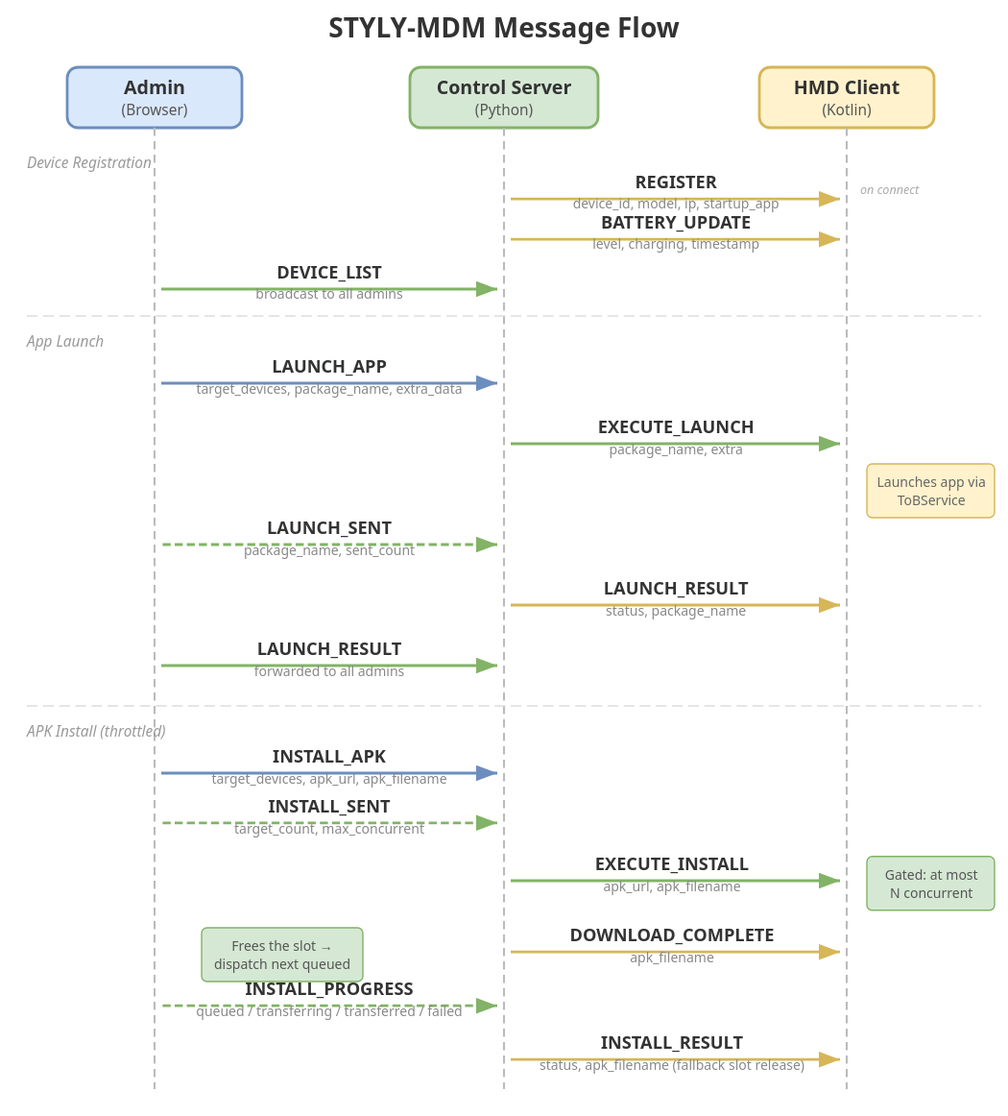
Before: docs/message-flow.drawio.svg, a diagram exported from draw.io (styly-dev/STYLY-MDM). Source tidied: cells renumbered, new cells last; positions are measured from the earlier drawing's top-left corner, leaving out a move shared by most shapes. Its diagram source:
```xml
<mxGraphModel>
  <root>
    <mxCell id="0" />
    <mxCell id="1" parent="0" />
    <mxCell id="2" value="&lt;font style=&quot;font-size:16px&quot;&gt;&lt;b&gt;STYLY-MDM Message Flow&lt;/b&gt;&lt;/font&gt;" style="text;html=1;align=center;verticalAlign=middle;" parent="1" vertex="1">
      <mxGeometry x="240" width="250" height="30" as="geometry" />
    </mxCell>
    <mxCell id="3" value="&lt;b&gt;Admin&lt;/b&gt;&lt;br&gt;(Browser)" style="rounded=1;whiteSpace=wrap;html=1;fillColor=#dae8fc;strokeColor=#6c8ebf;" parent="1" vertex="1">
      <mxGeometry x="50" y="40" width="120" height="50" as="geometry" />
    </mxCell>
    <mxCell id="4" value="&lt;b&gt;Control Server&lt;/b&gt;&lt;br&gt;(Python)" style="rounded=1;whiteSpace=wrap;html=1;fillColor=#d5e8d4;strokeColor=#82b366;" parent="1" vertex="1">
      <mxGeometry x="300" y="40" width="130" height="50" as="geometry" />
    </mxCell>
    <mxCell id="5" value="&lt;b&gt;HMD Client&lt;/b&gt;&lt;br&gt;(Kotlin)" style="rounded=1;whiteSpace=wrap;html=1;fillColor=#fff2cc;strokeColor=#d6b656;" parent="1" vertex="1">
      <mxGeometry x="560" y="40" width="120" height="50" as="geometry" />
    </mxCell>
    <mxCell id="6" style="endArrow=none;dashed=1;dashPattern=4 4;strokeColor=#999999;" parent="1" edge="1">
      <mxGeometry relative="1" as="geometry">
        <mxPoint x="110" y="90" as="sourcePoint" />
        <mxPoint x="110" y="790" as="targetPoint" />
      </mxGeometry>
    </mxCell>
    <mxCell id="7" style="endArrow=none;dashed=1;dashPattern=4 4;strokeColor=#999999;" parent="1" edge="1">
      <mxGeometry relative="1" as="geometry">
        <mxPoint x="365" y="90" as="sourcePoint" />
        <mxPoint x="365" y="790" as="targetPoint" />
      </mxGeometry>
    </mxCell>
    <mxCell id="8" style="endArrow=none;dashed=1;dashPattern=4 4;strokeColor=#999999;" parent="1" edge="1">
      <mxGeometry relative="1" as="geometry">
        <mxPoint x="620" y="90" as="sourcePoint" />
        <mxPoint x="620" y="790" as="targetPoint" />
      </mxGeometry>
    </mxCell>
    <mxCell id="9" value="&lt;i&gt;Device Registration&lt;/i&gt;" style="text;html=1;align=left;verticalAlign=middle;fontColor=#888888;fontSize=10;" parent="1" vertex="1">
      <mxGeometry y="110" width="130" height="20" as="geometry" />
    </mxCell>
    <mxCell id="10" style="endArrow=block;endFill=1;strokeWidth=2;strokeColor=#d6b656;" parent="1" edge="1">
      <mxGeometry relative="1" as="geometry">
        <mxPoint x="620" y="140" as="sourcePoint" />
        <mxPoint x="365" y="140" as="targetPoint" />
      </mxGeometry>
    </mxCell>
    <mxCell id="11" value="&lt;b&gt;REGISTER&lt;/b&gt;&lt;br&gt;&lt;font style=&quot;font-size:9px;color:#666&quot;&gt;device_id, model, ip&lt;/font&gt;" style="edgeLabel;html=1;align=center;verticalAlign=bottom;" parent="10" vertex="1">
      <mxGeometry x="0.1" relative="1" as="geometry">
        <mxPoint y="-5" as="offset" />
      </mxGeometry>
    </mxCell>
    <mxCell id="12" value="on connect" style="text;html=1;align=left;verticalAlign=middle;fontColor=#999999;fontSize=9;fontStyle=2;" parent="1" vertex="1">
      <mxGeometry x="630" y="130" width="80" height="20" as="geometry" />
    </mxCell>
    <mxCell id="13" style="endArrow=block;endFill=1;strokeWidth=2;strokeColor=#82b366;" parent="1" edge="1">
      <mxGeometry relative="1" as="geometry">
        <mxPoint x="365" y="180" as="sourcePoint" />
        <mxPoint x="110" y="180" as="targetPoint" />
      </mxGeometry>
    </mxCell>
    <mxCell id="14" value="&lt;b&gt;DEVICE_LIST&lt;/b&gt;&lt;br&gt;&lt;font style=&quot;font-size:9px;color:#666&quot;&gt;broadcast to all admins&lt;/font&gt;" style="edgeLabel;html=1;align=center;verticalAlign=bottom;" parent="13" vertex="1">
      <mxGeometry x="0.1" relative="1" as="geometry">
        <mxPoint y="-5" as="offset" />
      </mxGeometry>
    </mxCell>
    <mxCell id="15" style="endArrow=none;dashed=1;dashPattern=8 4;strokeColor=#CCCCCC;" parent="1" edge="1">
      <mxGeometry relative="1" as="geometry">
        <mxPoint x="20" y="220" as="sourcePoint" />
        <mxPoint x="710" y="220" as="targetPoint" />
      </mxGeometry>
    </mxCell>
    <mxCell id="16" value="&lt;i&gt;App Launch&lt;/i&gt;" style="text;html=1;align=left;verticalAlign=middle;fontColor=#888888;fontSize=10;" parent="1" vertex="1">
      <mxGeometry y="230" width="130" height="20" as="geometry" />
    </mxCell>
    <mxCell id="17" style="endArrow=block;endFill=1;strokeWidth=2;strokeColor=#6c8ebf;" parent="1" edge="1">
      <mxGeometry relative="1" as="geometry">
        <mxPoint x="110" y="265" as="sourcePoint" />
        <mxPoint x="365" y="265" as="targetPoint" />
      </mxGeometry>
    </mxCell>
    <mxCell id="18" value="&lt;b&gt;LAUNCH_APP&lt;/b&gt;&lt;br&gt;&lt;font style=&quot;font-size:9px;color:#666&quot;&gt;target_devices, package_name, extra_data&lt;/font&gt;" style="edgeLabel;html=1;align=center;verticalAlign=bottom;" parent="17" vertex="1">
      <mxGeometry x="-0.1" relative="1" as="geometry">
        <mxPoint y="-5" as="offset" />
      </mxGeometry>
    </mxCell>
    <mxCell id="19" style="endArrow=block;endFill=1;strokeWidth=2;strokeColor=#82b366;" parent="1" edge="1">
      <mxGeometry relative="1" as="geometry">
        <mxPoint x="365" y="310" as="sourcePoint" />
        <mxPoint x="620" y="310" as="targetPoint" />
      </mxGeometry>
    </mxCell>
    <mxCell id="20" value="&lt;b&gt;EXECUTE_LAUNCH&lt;/b&gt;&lt;br&gt;&lt;font style=&quot;font-size:9px;color:#666&quot;&gt;package_name, extra&lt;/font&gt;" style="edgeLabel;html=1;align=center;verticalAlign=bottom;" parent="19" vertex="1">
      <mxGeometry x="-0.1" relative="1" as="geometry">
        <mxPoint y="-5" as="offset" />
      </mxGeometry>
    </mxCell>
    <mxCell id="21" value="Launches app via&lt;br&gt;ToBService" style="shape=note;whiteSpace=wrap;html=1;size=14;fillColor=#fff2cc;strokeColor=#d6b656;fontSize=10;align=center;" parent="1" vertex="1">
      <mxGeometry x="640" y="325" width="100" height="45" as="geometry" />
    </mxCell>
    <mxCell id="22" style="endArrow=block;endFill=1;strokeWidth=2;strokeColor=#82b366;dashed=1;" parent="1" edge="1">
      <mxGeometry relative="1" as="geometry">
        <mxPoint x="365" y="385" as="sourcePoint" />
        <mxPoint x="110" y="385" as="targetPoint" />
      </mxGeometry>
    </mxCell>
    <mxCell id="23" value="&lt;b&gt;LAUNCH_SENT&lt;/b&gt;&lt;br&gt;&lt;font style=&quot;font-size:9px;color:#666&quot;&gt;package_name, sent_count&lt;/font&gt;" style="edgeLabel;html=1;align=center;verticalAlign=bottom;" parent="22" vertex="1">
      <mxGeometry x="0.1" relative="1" as="geometry">
        <mxPoint y="-5" as="offset" />
      </mxGeometry>
    </mxCell>
    <mxCell id="24" style="endArrow=block;endFill=1;strokeWidth=2;strokeColor=#d6b656;" parent="1" edge="1">
      <mxGeometry relative="1" as="geometry">
        <mxPoint x="620" y="430" as="sourcePoint" />
        <mxPoint x="365" y="430" as="targetPoint" />
      </mxGeometry>
    </mxCell>
    <mxCell id="25" value="&lt;b&gt;LAUNCH_RESULT&lt;/b&gt;&lt;br&gt;&lt;font style=&quot;font-size:9px;color:#666&quot;&gt;status, package_name&lt;/font&gt;" style="edgeLabel;html=1;align=center;verticalAlign=bottom;" parent="24" vertex="1">
      <mxGeometry x="0.1" relative="1" as="geometry">
        <mxPoint y="-5" as="offset" />
      </mxGeometry>
    </mxCell>
    <mxCell id="26" style="endArrow=block;endFill=1;strokeWidth=2;strokeColor=#82b366;" parent="1" edge="1">
      <mxGeometry relative="1" as="geometry">
        <mxPoint x="365" y="470" as="sourcePoint" />
        <mxPoint x="110" y="470" as="targetPoint" />
      </mxGeometry>
    </mxCell>
    <mxCell id="27" value="&lt;b&gt;LAUNCH_RESULT&lt;/b&gt;&lt;br&gt;&lt;font style=&quot;font-size:9px;color:#666&quot;&gt;forwarded to all admins&lt;/font&gt;" style="edgeLabel;html=1;align=center;verticalAlign=bottom;" parent="26" vertex="1">
      <mxGeometry x="0.1" relative="1" as="geometry">
        <mxPoint y="-5" as="offset" />
      </mxGeometry>
    </mxCell>
    <mxCell id="28" style="endArrow=none;dashed=1;dashPattern=8 4;strokeColor=#CCCCCC;" parent="1" edge="1">
      <mxGeometry relative="1" as="geometry">
        <mxPoint x="20" y="495" as="sourcePoint" />
        <mxPoint x="710" y="495" as="targetPoint" />
      </mxGeometry>
    </mxCell>
    <mxCell id="29" value="&lt;i&gt;APK Install (throttled)&lt;/i&gt;" style="text;html=1;align=left;verticalAlign=middle;fontColor=#888888;fontSize=10;" parent="1" vertex="1">
      <mxGeometry y="505" width="160" height="20" as="geometry" />
    </mxCell>
    <mxCell id="30" style="endArrow=block;endFill=1;strokeWidth=2;strokeColor=#6c8ebf;" parent="1" edge="1">
      <mxGeometry relative="1" as="geometry">
        <mxPoint x="110" y="535" as="sourcePoint" />
        <mxPoint x="365" y="535" as="targetPoint" />
      </mxGeometry>
    </mxCell>
    <mxCell id="31" value="&lt;b&gt;INSTALL_APK&lt;/b&gt;&lt;br&gt;&lt;font style=&quot;font-size:9px;color:#666&quot;&gt;target_devices, apk_url, apk_filename&lt;/font&gt;" style="edgeLabel;html=1;align=center;verticalAlign=bottom;" parent="30" vertex="1">
      <mxGeometry x="-0.1" relative="1" as="geometry">
        <mxPoint y="-5" as="offset" />
      </mxGeometry>
    </mxCell>
    <mxCell id="32" style="endArrow=block;endFill=1;strokeWidth=2;strokeColor=#82b366;dashed=1;" parent="1" edge="1">
      <mxGeometry relative="1" as="geometry">
        <mxPoint x="365" y="575" as="sourcePoint" />
        <mxPoint x="110" y="575" as="targetPoint" />
      </mxGeometry>
    </mxCell>
    <mxCell id="33" value="&lt;b&gt;INSTALL_SENT&lt;/b&gt;&lt;br&gt;&lt;font style=&quot;font-size:9px;color:#666&quot;&gt;target_count, max_concurrent&lt;/font&gt;" style="edgeLabel;html=1;align=center;verticalAlign=bottom;" parent="32" vertex="1">
      <mxGeometry x="0.1" relative="1" as="geometry">
        <mxPoint y="-5" as="offset" />
      </mxGeometry>
    </mxCell>
    <mxCell id="34" style="endArrow=block;endFill=1;strokeWidth=2;strokeColor=#82b366;" parent="1" edge="1">
      <mxGeometry relative="1" as="geometry">
        <mxPoint x="365" y="615" as="sourcePoint" />
        <mxPoint x="620" y="615" as="targetPoint" />
      </mxGeometry>
    </mxCell>
    <mxCell id="35" value="&lt;b&gt;EXECUTE_INSTALL&lt;/b&gt;&lt;br&gt;&lt;font style=&quot;font-size:9px;color:#666&quot;&gt;apk_url, apk_filename&lt;/font&gt;" style="edgeLabel;html=1;align=center;verticalAlign=bottom;" parent="34" vertex="1">
      <mxGeometry x="-0.1" relative="1" as="geometry">
        <mxPoint y="-5" as="offset" />
      </mxGeometry>
    </mxCell>
    <mxCell id="36" value="Gated: at most&amp;lt;br&amp;gt;N concurrent" style="shape=note;whiteSpace=wrap;html=1;size=14;fillColor=#d5e8d4;strokeColor=#82b366;fontSize=10;align=center;" parent="1" vertex="1">
      <mxGeometry x="640" y="625" width="95" height="45" as="geometry" />
    </mxCell>
    <mxCell id="37" style="endArrow=block;endFill=1;strokeWidth=2;strokeColor=#d6b656;" parent="1" edge="1">
      <mxGeometry relative="1" as="geometry">
        <mxPoint x="620" y="680" as="sourcePoint" />
        <mxPoint x="365" y="680" as="targetPoint" />
      </mxGeometry>
    </mxCell>
    <mxCell id="38" value="&lt;b&gt;DOWNLOAD_COMPLETE&lt;/b&gt;&lt;br&gt;&lt;font style=&quot;font-size:9px;color:#666&quot;&gt;apk_filename&lt;/font&gt;" style="edgeLabel;html=1;align=center;verticalAlign=bottom;" parent="37" vertex="1">
      <mxGeometry x="0.1" relative="1" as="geometry">
        <mxPoint y="-5" as="offset" />
      </mxGeometry>
    </mxCell>
    <mxCell id="39" value="Frees the slot -&amp;gt;&amp;lt;br&amp;gt;dispatch next queued" style="shape=note;whiteSpace=wrap;html=1;size=14;fillColor=#d5e8d4;strokeColor=#82b366;fontSize=10;align=center;" parent="1" vertex="1">
      <mxGeometry x="140" y="670" width="140" height="45" as="geometry" />
    </mxCell>
    <mxCell id="40" style="endArrow=block;endFill=1;strokeWidth=2;strokeColor=#82b366;dashed=1;" parent="1" edge="1">
      <mxGeometry relative="1" as="geometry">
        <mxPoint x="365" y="720" as="sourcePoint" />
        <mxPoint x="110" y="720" as="targetPoint" />
      </mxGeometry>
    </mxCell>
    <mxCell id="41" value="&lt;b&gt;INSTALL_PROGRESS&lt;/b&gt;&lt;br&gt;&lt;font style=&quot;font-size:9px;color:#666&quot;&gt;queued / transferring / transferred / failed&lt;/font&gt;" style="edgeLabel;html=1;align=center;verticalAlign=bottom;" parent="40" vertex="1">
      <mxGeometry x="0.1" relative="1" as="geometry">
        <mxPoint y="-5" as="offset" />
      </mxGeometry>
    </mxCell>
    <mxCell id="42" style="endArrow=block;endFill=1;strokeWidth=2;strokeColor=#d6b656;" parent="1" edge="1">
      <mxGeometry relative="1" as="geometry">
        <mxPoint x="620" y="760" as="sourcePoint" />
        <mxPoint x="365" y="760" as="targetPoint" />
      </mxGeometry>
    </mxCell>
    <mxCell id="43" value="&lt;b&gt;INSTALL_RESULT&lt;/b&gt;&lt;br&gt;&lt;font style=&quot;font-size:9px;color:#666&quot;&gt;status, apk_filename (fallback slot release)&lt;/font&gt;" style="edgeLabel;html=1;align=center;verticalAlign=bottom;" parent="42" vertex="1">
      <mxGeometry x="0.1" relative="1" as="geometry">
        <mxPoint y="-5" as="offset" />
      </mxGeometry>
    </mxCell>
  </root>
</mxGraphModel>
```
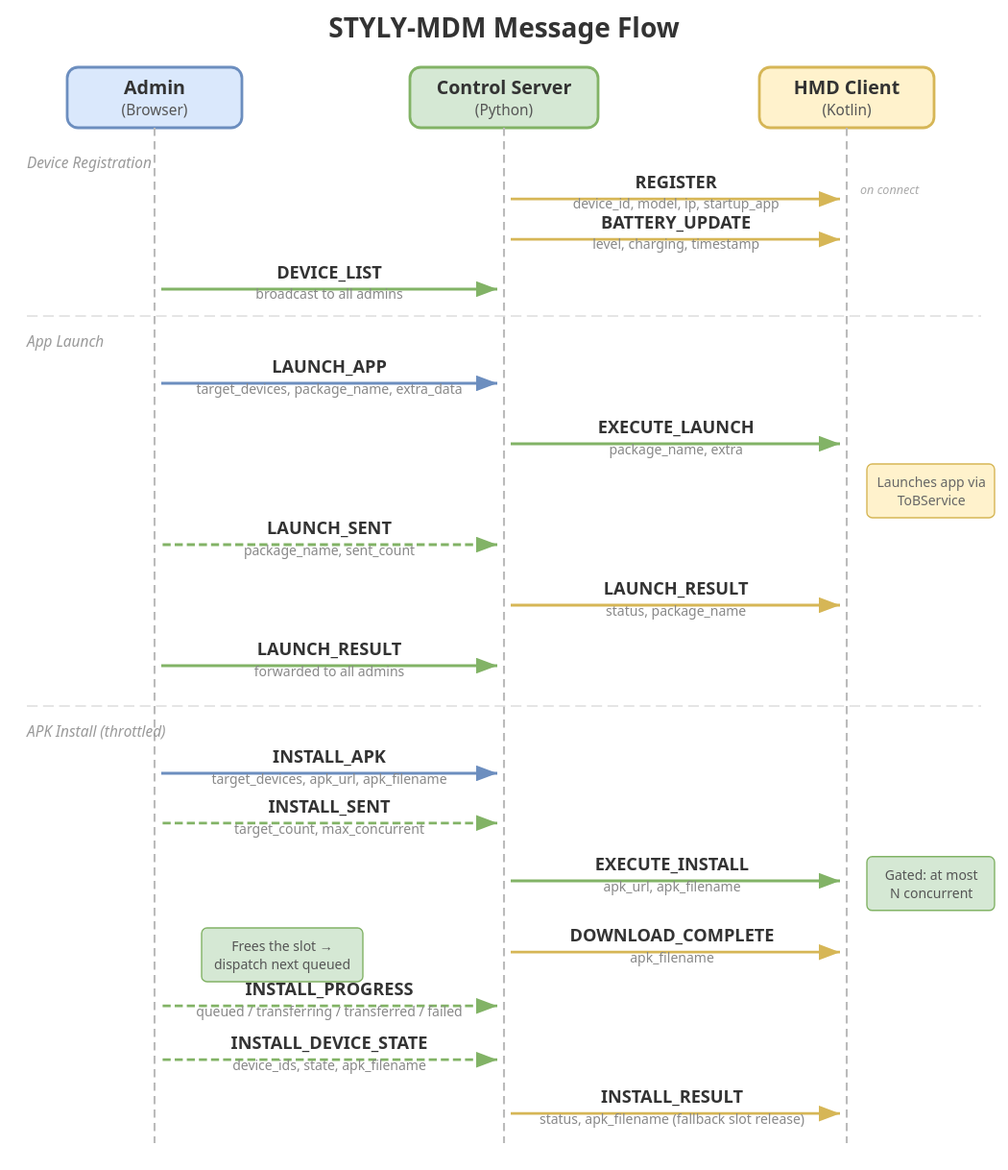
Above is the later version.

Commit message:
feat: show per-device install state in the console INSTALL column

What changed in the source:
```diff
@@ -197,10 +197,21 @@
         <mxPoint y="-5" as="offset" />
       </mxGeometry>
     </mxCell>
+    <mxCell id="44" style="endArrow=block;endFill=1;strokeWidth=2;strokeColor=#82b366;dashed=1;" parent="1" edge="1">
+      <mxGeometry relative="1" as="geometry">
+        <mxPoint x="365" y="760" as="sourcePoint" />
+        <mxPoint x="110" y="760" as="targetPoint" />
+      </mxGeometry>
+    </mxCell>
+    <mxCell id="45" value="&lt;b&gt;INSTALL_DEVICE_STATE&lt;/b&gt;&lt;br&gt;&lt;font style=&quot;font-size:9px;color:#666&quot;&gt;device_ids, state, apk_filename&lt;/font&gt;" style="edgeLabel;html=1;align=center;verticalAlign=bottom;" parent="44" vertex="1">
+      <mxGeometry x="0.1" relative="1" as="geometry">
+        <mxPoint y="-5" as="offset" />
+      </mxGeometry>
+    </mxCell>
     <mxCell id="42" style="endArrow=block;endFill=1;strokeWidth=2;strokeColor=#d6b656;" parent="1" edge="1">
       <mxGeometry relative="1" as="geometry">
-        <mxPoint x="620" y="760" as="sourcePoint" />
-        <mxPoint x="365" y="760" as="targetPoint" />
+        <mxPoint x="620" y="800" as="sourcePoint" />
+        <mxPoint x="365" y="800" as="targetPoint" />
       </mxGeometry>
     </mxCell>
     <mxCell id="43" value="&lt;b&gt;INSTALL_RESULT&lt;/b&gt;&lt;br&gt;&lt;font style=&quot;font-size:9px;color:#666&quot;&gt;status, apk_filename (fallback slot release)&lt;/font&gt;" style="edgeLabel;html=1;align=center;verticalAlign=bottom;" parent="42" vertex="1">
```
